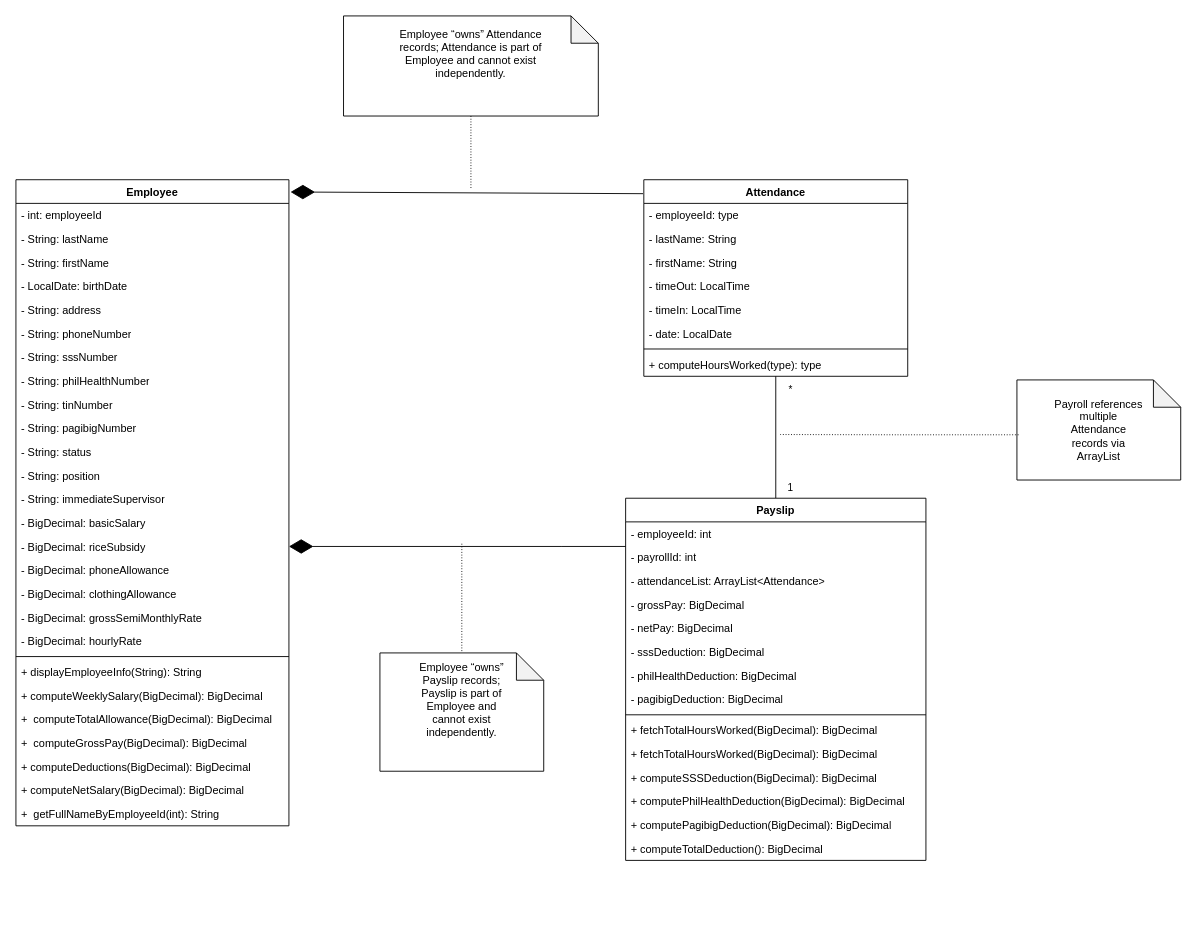
Before: docs/ClassDiagram.drawio in motor-ph/MO-IT101---Computer-Programming-1, a draw.io diagram. Source tidied: cells renumbered, new cells numbered last; positions are measured from the earlier drawing's top-left corner, leaving out a move shared by most shapes. Both pictures are drawn from the tidied source at 91%, with x=0, y=0 at pixel (15, 15).
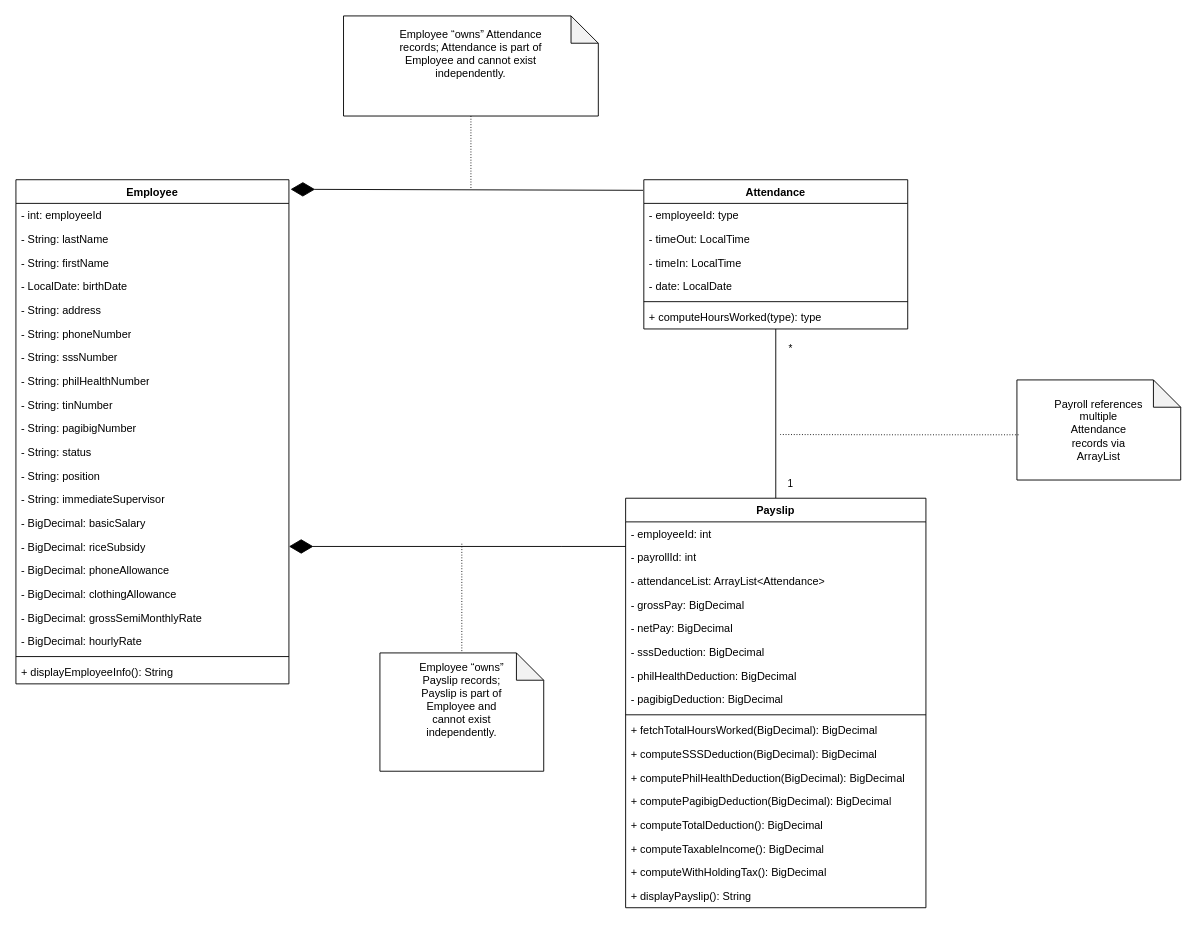
Above is the later version.

What changed in the source:
```diff
@@
     <mxCell id="2" value="Employee" style="swimlane;fontStyle=1;align=center;verticalAlign=top;horizontal=1;startSize=26;whiteSpace=wrap;html=1;" parent="1" vertex="1">
-      <mxGeometry y="180" width="300" height="710" as="geometry" />
+      <mxGeometry y="180" width="300" height="554" as="geometry" />
     </mxCell>
@@
-    <mxCell id="23" value="+ displayEmployeeInfo(String): String" style="text;strokeColor=none;fillColor=none;align=left;verticalAlign=top;spacingLeft=4;spacingRight=4;overflow=hidden;whiteSpace=wrap;html=1;" parent="2" vertex="1">
+    <mxCell id="23" value="+ displayEmployeeInfo(): String" style="text;strokeColor=none;fillColor=none;align=left;verticalAlign=top;spacingLeft=4;spacingRight=4;overflow=hidden;whiteSpace=wrap;html=1;" parent="2" vertex="1">
       <mxGeometry y="528" width="300" height="26" as="geometry" />
     </mxCell>
-    <mxCell id="24" value="+&amp;nbsp;computeWeeklySalary(BigDecimal): BigDecimal" style="text;strokeColor=none;fillColor=none;align=left;verticalAlign=top;spacingLeft=4;spacingRight=4;overflow=hidden;whiteSpace=wrap;html=1;" parent="2" vertex="1">
-      <mxGeometry y="554" width="300" height="26" as="geometry" />
-    </mxCell>
-    <mxCell id="25" value="+&amp;nbsp;&amp;nbsp;computeTotalAllowance(BigDecimal): BigDecimal" style="text;strokeColor=none;fillColor=none;align=left;verticalAlign=top;spacingLeft=4;spacingRight=4;overflow=hidden;whiteSpace=wrap;html=1;" parent="2" vertex="1">
-      <mxGeometry y="580" width="300" height="26" as="geometry" />
-    </mxCell>
-    <mxCell id="26" value="+&amp;nbsp;&amp;nbsp;computeGrossPay(BigDecimal): BigDecimal" style="text;strokeColor=none;fillColor=none;align=left;verticalAlign=top;spacingLeft=4;spacingRight=4;overflow=hidden;whiteSpace=wrap;html=1;" parent="2" vertex="1">
-      <mxGeometry y="606" width="300" height="26" as="geometry" />
-    </mxCell>
-    <mxCell id="27" value="+&amp;nbsp;computeDeductions(BigDecimal): BigDecimal" style="text;strokeColor=none;fillColor=none;align=left;verticalAlign=top;spacingLeft=4;spacingRight=4;overflow=hidden;whiteSpace=wrap;html=1;" parent="2" vertex="1">
-      <mxGeometry y="632" width="300" height="26" as="geometry" />
-    </mxCell>
-    <mxCell id="28" value="+&amp;nbsp;computeNetSalary(BigDecimal): BigDecimal" style="text;strokeColor=none;fillColor=none;align=left;verticalAlign=top;spacingLeft=4;spacingRight=4;overflow=hidden;whiteSpace=wrap;html=1;" parent="2" vertex="1">
-      <mxGeometry y="658" width="300" height="26" as="geometry" />
-    </mxCell>
-    <mxCell id="29" value="+&amp;nbsp;&amp;nbsp;getFullNameByEmployeeId(int): String" style="text;strokeColor=none;fillColor=none;align=left;verticalAlign=top;spacingLeft=4;spacingRight=4;overflow=hidden;whiteSpace=wrap;html=1;" parent="2" vertex="1">
-      <mxGeometry y="684" width="300" height="26" as="geometry" />
-    </mxCell>
@@
     <mxCell id="33" value="Attendance" style="swimlane;fontStyle=1;align=center;verticalAlign=top;horizontal=1;startSize=26;whiteSpace=wrap;html=1;" parent="1" vertex="1">
-      <mxGeometry x="690" y="180" width="290" height="216" as="geometry" />
+      <mxGeometry x="690" y="180" width="290" height="164" as="geometry" />
     </mxCell>
@@
-    <mxCell id="35" value="- lastName: String" style="text;strokeColor=none;fillColor=none;align=left;verticalAlign=top;spacingLeft=4;spacingRight=4;overflow=hidden;whiteSpace=wrap;html=1;" parent="33" vertex="1">
-      <mxGeometry y="52" width="290" height="26" as="geometry" />
-    </mxCell>
-    <mxCell id="36" value="-&amp;nbsp;firstName: String" style="text;strokeColor=none;fillColor=none;align=left;verticalAlign=top;spacingLeft=4;spacingRight=4;overflow=hidden;whiteSpace=wrap;html=1;" parent="33" vertex="1">
-      <mxGeometry y="78" width="290" height="26" as="geometry" />
-    </mxCell>
     <mxCell id="37" value="-&amp;nbsp;timeOut: LocalTime" style="text;strokeColor=none;fillColor=none;align=left;verticalAlign=top;spacingLeft=4;spacingRight=4;overflow=hidden;whiteSpace=wrap;html=1;" parent="33" vertex="1">
-      <mxGeometry y="104" width="290" height="26" as="geometry" />
+      <mxGeometry y="52" width="290" height="26" as="geometry" />
     </mxCell>
     <mxCell id="38" value="-&amp;nbsp;timeIn: LocalTime" style="text;strokeColor=none;fillColor=none;align=left;verticalAlign=top;spacingLeft=4;spacingRight=4;overflow=hidden;whiteSpace=wrap;html=1;" parent="33" vertex="1">
-      <mxGeometry y="130" width="290" height="26" as="geometry" />
+      <mxGeometry y="78" width="290" height="26" as="geometry" />
     </mxCell>
     <mxCell id="39" value="-&amp;nbsp;date: LocalDate" style="text;strokeColor=none;fillColor=none;align=left;verticalAlign=top;spacingLeft=4;spacingRight=4;overflow=hidden;whiteSpace=wrap;html=1;" parent="33" vertex="1">
-      <mxGeometry y="156" width="290" height="26" as="geometry" />
+      <mxGeometry y="104" width="290" height="26" as="geometry" />
     </mxCell>
     <mxCell id="40" style="line;strokeWidth=1;fillColor=none;align=left;verticalAlign=middle;spacingTop=-1;spacingLeft=3;spacingRight=3;labelPosition=right;strokeColor=inherit;" parent="33" vertex="1">
-      <mxGeometry y="182" width="290" height="8" as="geometry" />
+      <mxGeometry y="130" width="290" height="8" as="geometry" />
     </mxCell>
     <mxCell id="41" value="+ computeHoursWorked(type): type" style="text;strokeColor=none;fillColor=none;align=left;verticalAlign=top;spacingLeft=4;spacingRight=4;overflow=hidden;whiteSpace=wrap;html=1;" parent="33" vertex="1">
-      <mxGeometry y="190" width="290" height="26" as="geometry" />
+      <mxGeometry y="138" width="290" height="26" as="geometry" />
     </mxCell>
@@
     <mxCell id="45" value="Payslip" style="swimlane;fontStyle=1;align=center;verticalAlign=top;horizontal=1;startSize=26;whiteSpace=wrap;html=1;" parent="1" vertex="1">
-      <mxGeometry x="670" y="530" width="330" height="398" as="geometry" />
+      <mxGeometry x="670" y="530" width="330" height="450" as="geometry" />
     </mxCell>
@@
-    <mxCell id="56" value="+ fetchTotalHoursWorked(BigDecimal): BigDecimal" style="text;strokeColor=none;fillColor=none;align=left;verticalAlign=top;spacingLeft=4;spacingRight=4;overflow=hidden;whiteSpace=wrap;html=1;" parent="45" vertex="1">
-      <mxGeometry y="268" width="330" height="26" as="geometry" />
-    </mxCell>
     <mxCell id="57" value="+ computeSSSDeduction(BigDecimal): BigDecimal" style="text;strokeColor=none;fillColor=none;align=left;verticalAlign=top;spacingLeft=4;spacingRight=4;overflow=hidden;whiteSpace=wrap;html=1;" parent="45" vertex="1">
-      <mxGeometry y="294" width="330" height="26" as="geometry" />
+      <mxGeometry y="268" width="330" height="26" as="geometry" />
     </mxCell>
     <mxCell id="58" value="+ computePhilHealthDeduction(BigDecimal): BigDecimal" style="text;strokeColor=none;fillColor=none;align=left;verticalAlign=top;spacingLeft=4;spacingRight=4;overflow=hidden;whiteSpace=wrap;html=1;" parent="45" vertex="1">
-      <mxGeometry y="320" width="330" height="26" as="geometry" />
+      <mxGeometry y="294" width="330" height="26" as="geometry" />
     </mxCell>
     <mxCell id="59" value="+ computePagibigDeduction(BigDecimal): BigDecimal" style="text;strokeColor=none;fillColor=none;align=left;verticalAlign=top;spacingLeft=4;spacingRight=4;overflow=hidden;whiteSpace=wrap;html=1;" parent="45" vertex="1">
-      <mxGeometry y="346" width="330" height="26" as="geometry" />
+      <mxGeometry y="320" width="330" height="26" as="geometry" />
     </mxCell>
     <mxCell id="60" value="+ computeTotalDeduction(): BigDecimal" style="text;strokeColor=none;fillColor=none;align=left;verticalAlign=top;spacingLeft=4;spacingRight=4;overflow=hidden;whiteSpace=wrap;html=1;" parent="45" vertex="1">
-      <mxGeometry y="372" width="330" height="26" as="geometry" />
+      <mxGeometry y="346" width="330" height="26" as="geometry" />
     </mxCell>
+    <mxCell id="66" value="+ computeTaxableIncome(): BigDecimal" style="text;strokeColor=none;fillColor=none;align=left;verticalAlign=top;spacingLeft=4;spacingRight=4;overflow=hidden;whiteSpace=wrap;html=1;" parent="45" vertex="1">
+      <mxGeometry y="372" width="330" height="26" as="geometry" />
+    </mxCell>
+    <mxCell id="67" value="+ computeWithHoldingTax(): BigDecimal" style="text;strokeColor=none;fillColor=none;align=left;verticalAlign=top;spacingLeft=4;spacingRight=4;overflow=hidden;whiteSpace=wrap;html=1;" parent="45" vertex="1">
+      <mxGeometry y="398" width="330" height="26" as="geometry" />
+    </mxCell>
+    <mxCell id="68" value="+ displayPayslip(): String" style="text;strokeColor=none;fillColor=none;align=left;verticalAlign=top;spacingLeft=4;spacingRight=4;overflow=hidden;whiteSpace=wrap;html=1;" parent="45" vertex="1">
+      <mxGeometry y="424" width="330" height="26" as="geometry" />
+    </mxCell>
```
